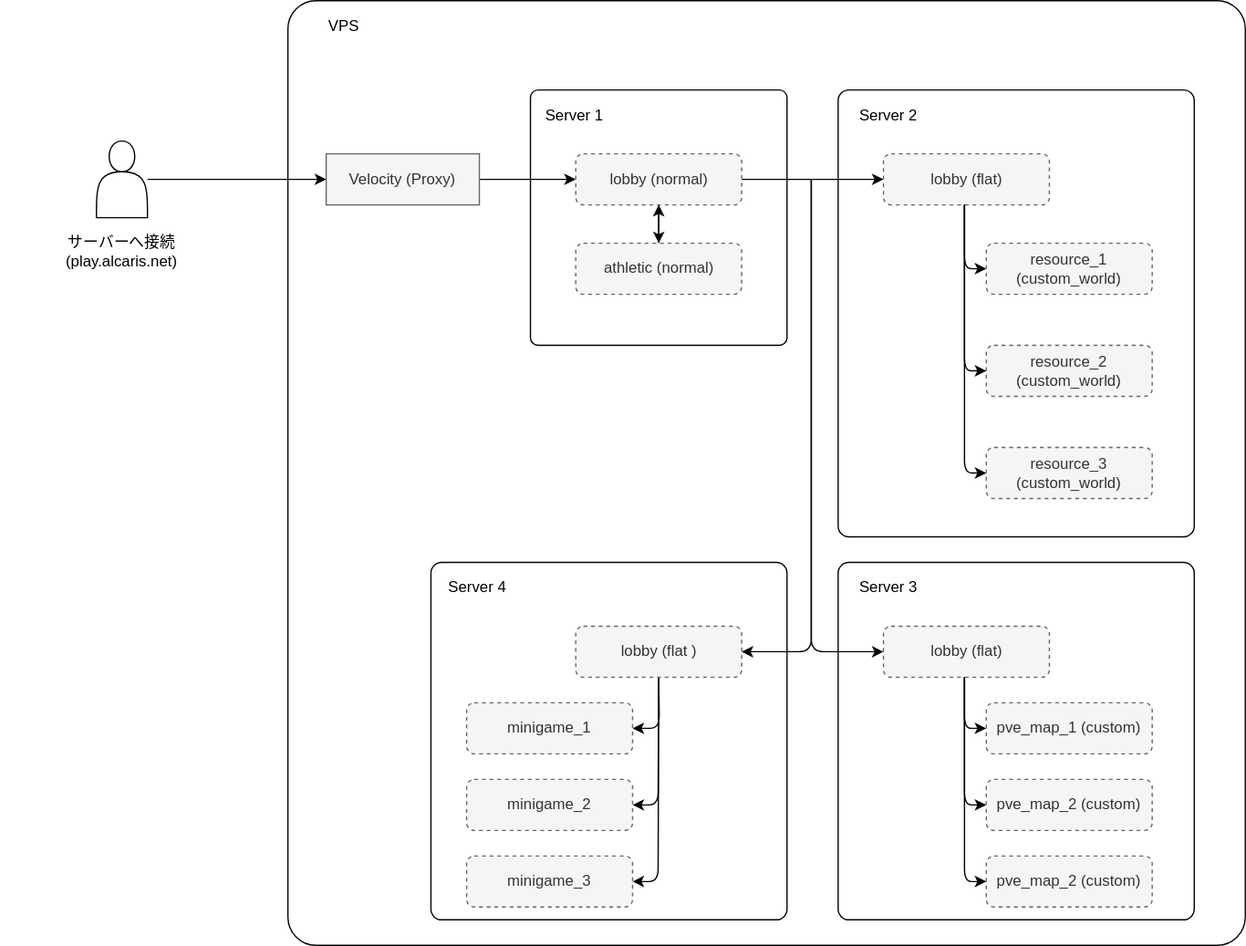
Before: docs/diagrams/alcaris-infrastructure.drawio.svg, a diagram exported from draw.io (AlcarisMinecraftServer/alcaris_infra). Source tidied: cells renumbered, new cells last; positions are measured from the earlier drawing's top-left corner, leaving out a move shared by most shapes.
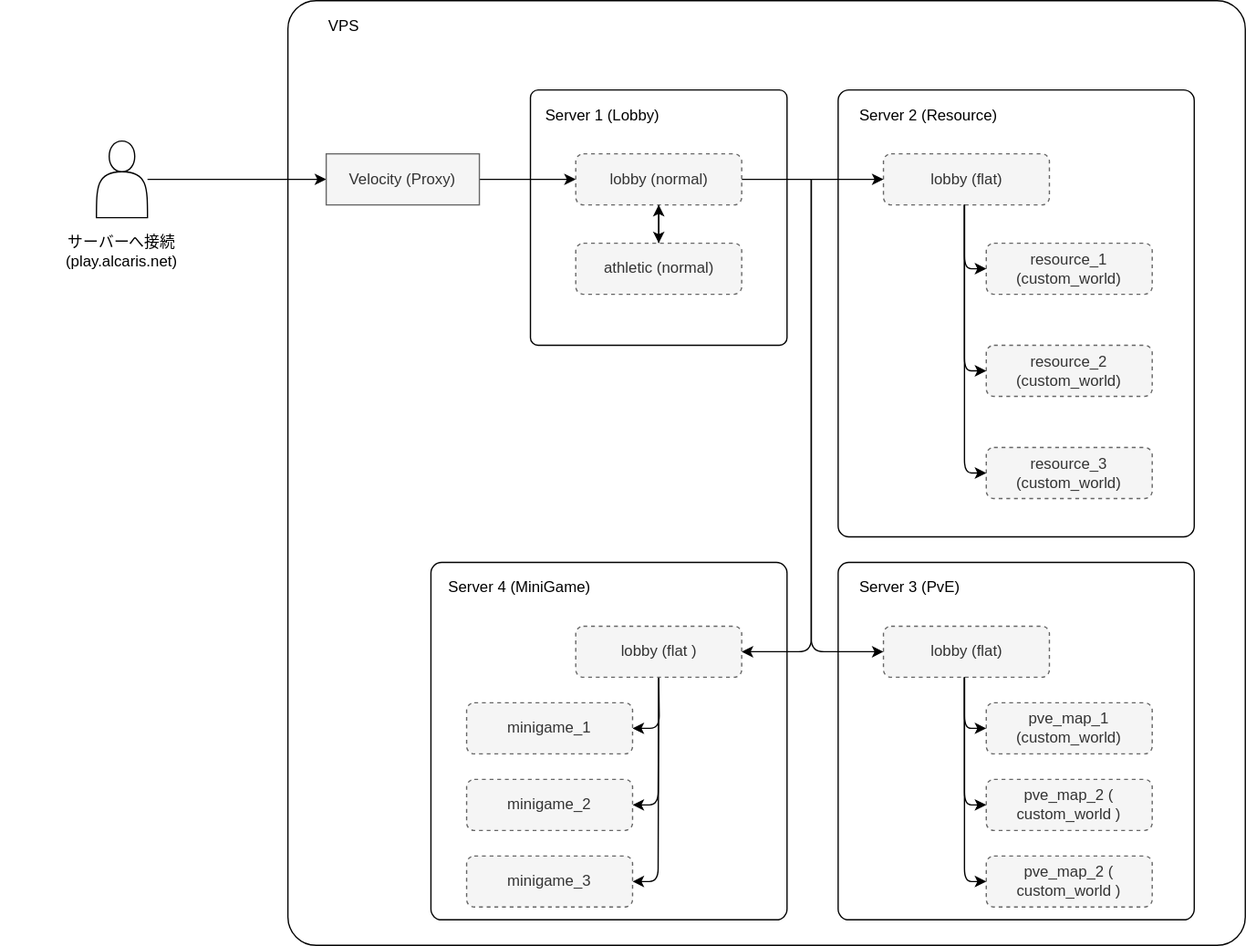
After the commit.

Commit message:
fix: 名称を追加と統一

Change to the diagram source:
```diff
@@ -43,7 +43,7 @@
     <mxCell id="12" value="lobby (normal)" style="rounded=1;whiteSpace=wrap;html=1;fillColor=#f5f5f5;strokeColor=#666666;fontColor=#333333;dashed=1;" parent="1" vertex="1">
       <mxGeometry x="450.5" y="120" width="130" height="40" as="geometry" />
     </mxCell>
-    <mxCell id="13" value="Server 1" style="text;html=1;align=left;verticalAlign=middle;whiteSpace=wrap;rounded=0;fillColor=none;fontColor=#000000;" parent="1" vertex="1">
+    <mxCell id="13" value="Server 1 (Lobby)" style="text;html=1;align=left;verticalAlign=middle;whiteSpace=wrap;rounded=0;fillColor=none;fontColor=#000000;" parent="1" vertex="1">
       <mxGeometry x="425" y="80" width="231" height="20" as="geometry" />
     </mxCell>
     <mxCell id="14" style="edgeStyle=none;html=1;strokeColor=#000000;fontSize=16;" parent="1" edge="1" source="15" target="12">
@@ -55,7 +55,7 @@
     <mxCell id="16" style="rounded=1;whiteSpace=wrap;html=1;fillColor=none;strokeColor=#000000;arcSize=3;" parent="1" vertex="1">
       <mxGeometry x="656" y="70" width="279" height="350" as="geometry" />
     </mxCell>
-    <mxCell id="17" value="Server 2" style="text;html=1;align=left;verticalAlign=middle;whiteSpace=wrap;rounded=0;fillColor=none;fontColor=#000000;" parent="1" vertex="1">
+    <mxCell id="17" value="Server 2 (Resource)" style="text;html=1;align=left;verticalAlign=middle;whiteSpace=wrap;rounded=0;fillColor=none;fontColor=#000000;" parent="1" vertex="1">
       <mxGeometry x="671" y="80" width="231" height="20" as="geometry" />
     </mxCell>
     <mxCell id="18" value="lobby (flat)" style="rounded=1;whiteSpace=wrap;html=1;fillColor=#f5f5f5;strokeColor=#666666;fontColor=#333333;dashed=1;" parent="1" vertex="1">
@@ -97,19 +97,19 @@
     <mxCell id="25" style="rounded=1;whiteSpace=wrap;html=1;fillColor=none;strokeColor=#000000;arcSize=3;" parent="1" vertex="1">
       <mxGeometry x="656" y="440" width="279" height="280" as="geometry" />
     </mxCell>
-    <mxCell id="26" value="Server 3" style="text;html=1;align=left;verticalAlign=middle;whiteSpace=wrap;rounded=0;fillColor=none;fontColor=#000000;" parent="1" vertex="1">
+    <mxCell id="26" value="Server 3 (PvE)" style="text;html=1;align=left;verticalAlign=middle;whiteSpace=wrap;rounded=0;fillColor=none;fontColor=#000000;" parent="1" vertex="1">
       <mxGeometry x="671" y="450" width="231" height="20" as="geometry" />
     </mxCell>
     <mxCell id="27" value="lobby (flat)" style="rounded=1;whiteSpace=wrap;html=1;fillColor=#f5f5f5;strokeColor=#666666;fontColor=#333333;dashed=1;" parent="1" vertex="1">
       <mxGeometry x="691.5" y="490" width="130" height="40" as="geometry" />
     </mxCell>
-    <mxCell id="28" value="pve_map_1 (custom)" style="rounded=1;whiteSpace=wrap;html=1;fillColor=#f5f5f5;strokeColor=#666666;fontColor=#333333;dashed=1;" parent="1" vertex="1">
+    <mxCell id="28" value="pve_map_1 (custom_world)" style="rounded=1;whiteSpace=wrap;html=1;fillColor=#f5f5f5;strokeColor=#666666;fontColor=#333333;dashed=1;" parent="1" vertex="1">
       <mxGeometry x="772.1" y="550" width="130" height="40" as="geometry" />
     </mxCell>
-    <mxCell id="29" value="pve_map_2 (custom)" style="rounded=1;whiteSpace=wrap;html=1;fillColor=#f5f5f5;strokeColor=#666666;fontColor=#333333;dashed=1;" parent="1" vertex="1">
+    <mxCell id="29" value="pve_map_2 (&lt;span style=&quot;color: rgb(51, 51, 51);&quot;&gt;custom_world&lt;/span&gt;)" style="rounded=1;whiteSpace=wrap;html=1;fillColor=#f5f5f5;strokeColor=#666666;fontColor=#333333;dashed=1;" parent="1" vertex="1">
       <mxGeometry x="772.1" y="610" width="130" height="40" as="geometry" />
     </mxCell>
-    <mxCell id="30" value="pve_map_2 (custom)" style="rounded=1;whiteSpace=wrap;html=1;fillColor=#f5f5f5;strokeColor=#666666;fontColor=#333333;dashed=1;" parent="1" vertex="1">
+    <mxCell id="30" value="pve_map_2 (&lt;span style=&quot;color: rgb(51, 51, 51);&quot;&gt;custom_world&lt;/span&gt;)" style="rounded=1;whiteSpace=wrap;html=1;fillColor=#f5f5f5;strokeColor=#666666;fontColor=#333333;dashed=1;" parent="1" vertex="1">
       <mxGeometry x="772.1" y="670" width="130" height="40" as="geometry" />
     </mxCell>
     <mxCell id="31" style="edgeStyle=none;html=1;strokeColor=#000000;fontSize=16;" parent="1" edge="1">
@@ -189,7 +189,7 @@
         </Array>
       </mxGeometry>
     </mxCell>
-    <mxCell id="44" value="Server 4" style="text;html=1;align=left;verticalAlign=middle;whiteSpace=wrap;rounded=0;fillColor=none;fontColor=#000000;" parent="1" vertex="1">
+    <mxCell id="44" value="Server 4 (MiniGame)" style="text;html=1;align=left;verticalAlign=middle;whiteSpace=wrap;rounded=0;fillColor=none;fontColor=#000000;" parent="1" vertex="1">
       <mxGeometry x="349.5" y="450" width="231" height="20" as="geometry" />
     </mxCell>
   </root>
```
